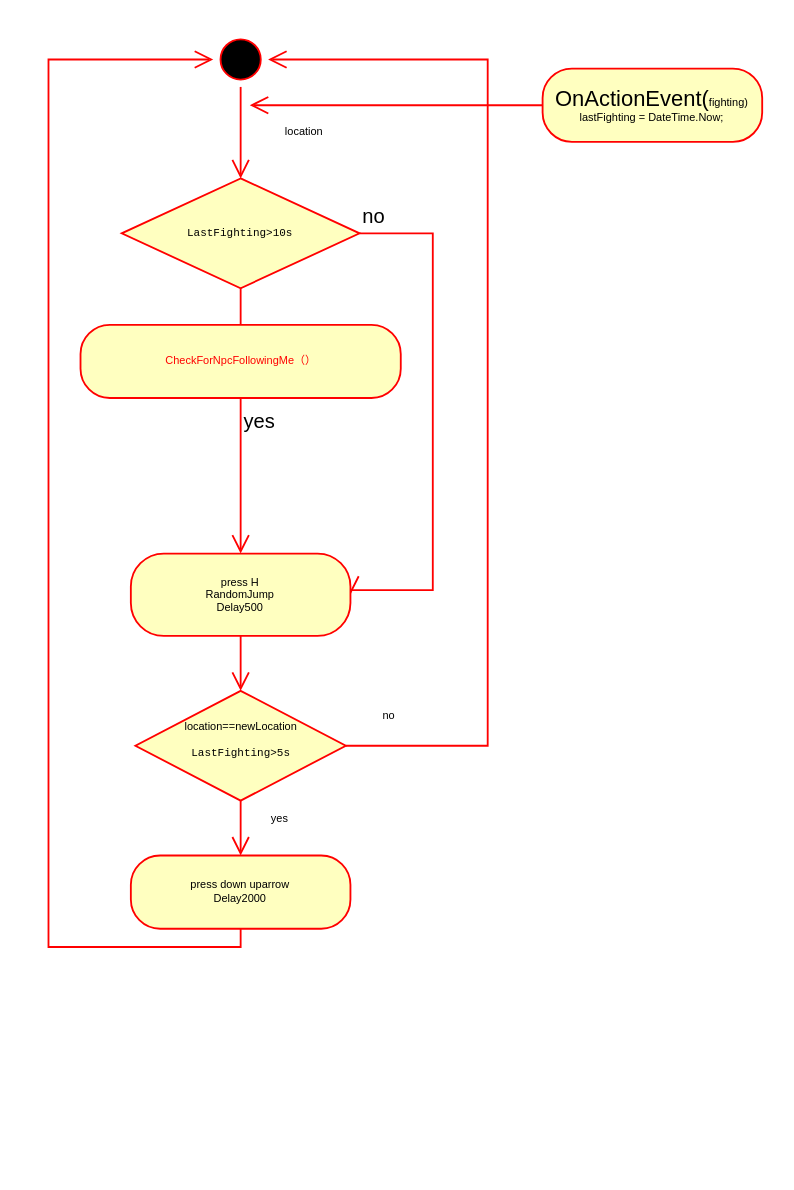
This is ApproachTargetAction.drawio from YannieCheung/botgrams, a draw.io file, before an edit. Source tidied: cells renumbered, new cells numbered last; positions are measured from the earlier drawing's top-left corner, leaving out a move shared by most shapes. Both pictures are drawn from the tidied source at 183%, with x=0, y=0 at pixel (48, 31).
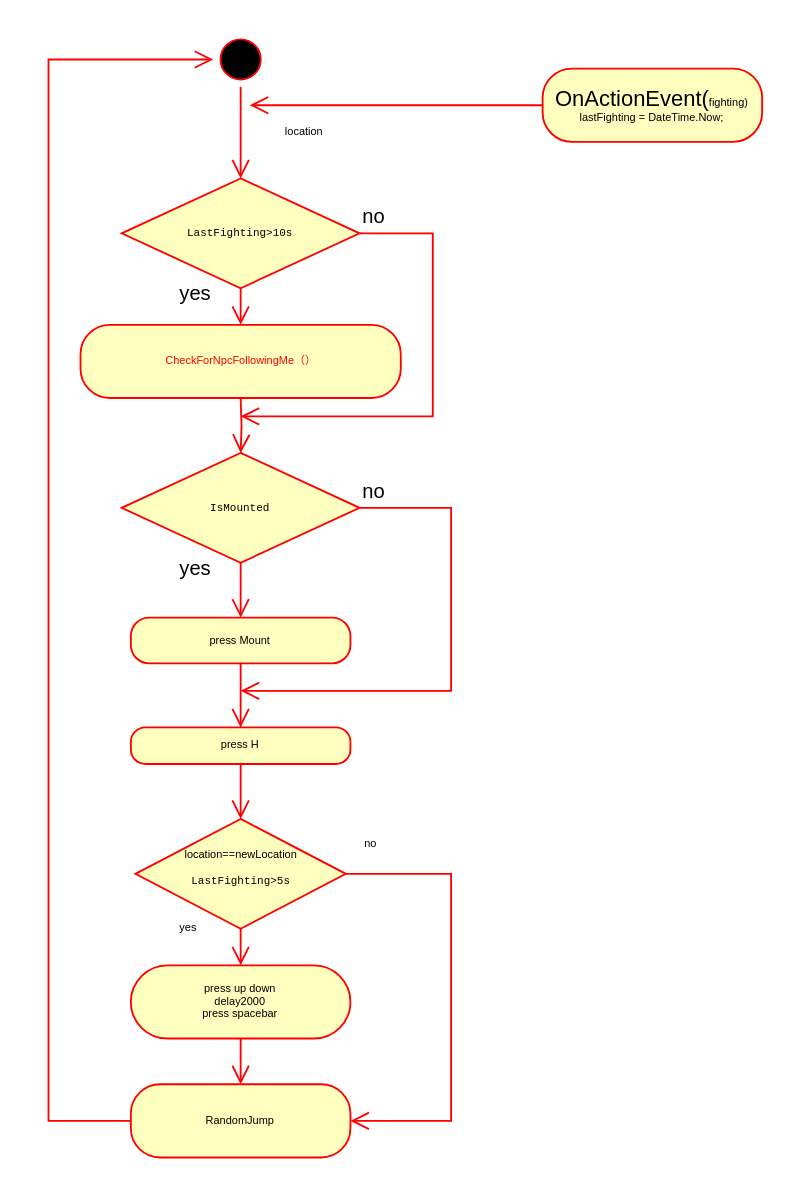
After the change.

The change refers to these unchanged cells:
```xml
<mxCell id="2" style="ellipse;html=1;shape=startState;fillColor=#000000;strokeColor=#ff0000;" parent="1" vertex="1">
  <mxGeometry x="90" width="30" height="30" as="geometry" />
</mxCell>
<mxCell id="4" value="&lt;pre style=&quot;font-size: 6px;&quot;&gt;&lt;font style=&quot;font-size: 6px;&quot;&gt;LastFighting&amp;gt;10s&lt;/font&gt;&lt;/pre&gt;" style="rhombus;whiteSpace=wrap;html=1;fillColor=#ffffc0;strokeColor=#ff0000;fontSize=6;fontFamily=Helvetica;fontStyle=0;" parent="1" vertex="1">
  <mxGeometry x="40" y="80" width="130" height="60" as="geometry" />
</mxCell>
<mxCell id="16" value="&lt;font color=&quot;#ff0000&quot;&gt;CheckForNpcFollowingMe（）&lt;/font&gt;" style="rounded=1;whiteSpace=wrap;html=1;arcSize=40;fontColor=#000000;fillColor=#ffffc0;strokeColor=#ff0000;fontFamily=Helvetica;fontSize=6;" parent="1" vertex="1">
  <mxGeometry x="17.5" y="160" width="175" height="40" as="geometry" />
</mxCell>
```

What changed in the source:
```diff
@@
-    <mxCell id="5" value="no" style="edgeStyle=orthogonalEdgeStyle;html=1;align=left;verticalAlign=bottom;endArrow=open;endSize=8;strokeColor=#ff0000;rounded=0;entryX=1;entryY=0.5;entryDx=0;entryDy=0;" parent="1" edge="1" source="4" target="8">
+    <mxCell id="5" value="no" style="edgeStyle=orthogonalEdgeStyle;html=1;align=left;verticalAlign=bottom;endArrow=open;endSize=8;strokeColor=#ff0000;rounded=0;" parent="1" edge="1" source="4">
       <mxGeometry x="-1" relative="1" as="geometry">
+        <mxPoint x="105" y="210" as="targetPoint" />
         <Array as="points">
           <mxPoint x="210" y="110" />
-          <mxPoint x="210" y="305" />
-          <mxPoint x="165" y="305" />
+          <mxPoint x="210" y="210" />
         </Array>
       </mxGeometry>
     </mxCell>
-    <mxCell id="6" value="yes" style="edgeStyle=orthogonalEdgeStyle;html=1;align=left;verticalAlign=top;endArrow=open;endSize=8;strokeColor=#ff0000;rounded=0;startArrow=none;" parent="1" edge="1" source="16">
-      <mxGeometry x="-1" relative="1" as="geometry">
-        <mxPoint x="105" y="190" as="targetPoint" />
-        <Array as="points">
-          <mxPoint x="105" y="170" />
-          <mxPoint x="105" y="170" />
-        </Array>
+    <mxCell id="6" value="yes" style="edgeStyle=orthogonalEdgeStyle;html=1;align=left;verticalAlign=top;endArrow=open;endSize=8;strokeColor=#ff0000;rounded=0;startArrow=none;exitX=0.5;exitY=1;exitDx=0;exitDy=0;entryX=0.5;entryY=0;entryDx=0;entryDy=0;" parent="1" edge="1" source="4" target="16">
+      <mxGeometry x="-1" y="-36" relative="1" as="geometry">
+        <mxPoint x="1" y="-10" as="offset" />
       </mxGeometry>
     </mxCell>
-    <mxCell id="7" style="edgeStyle=orthogonalEdgeStyle;html=1;verticalAlign=bottom;endArrow=open;endSize=8;strokeColor=#ff0000;rounded=0;fontFamily=Helvetica;fontSize=6;entryX=0.5;entryY=0;entryDx=0;entryDy=0;" parent="1" edge="1" source="16" target="8">
+    <mxCell id="7" style="edgeStyle=orthogonalEdgeStyle;html=1;verticalAlign=bottom;endArrow=open;endSize=8;strokeColor=#ff0000;rounded=0;fontFamily=Helvetica;fontSize=6;entryX=0.5;entryY=0;entryDx=0;entryDy=0;exitX=0.5;exitY=1;exitDx=0;exitDy=0;startArrow=none;" parent="1" edge="1" source="20" target="20">
       <mxGeometry relative="1" as="geometry" />
     </mxCell>
-    <mxCell id="8" value="press H&lt;br&gt;&lt;span style=&quot;font-size: 6px;&quot;&gt;RandomJump&lt;br&gt;Delay500&lt;/span&gt;" style="rounded=1;whiteSpace=wrap;html=1;arcSize=40;fontColor=#000000;fillColor=#ffffc0;strokeColor=#ff0000;fontFamily=Helvetica;fontSize=6;" parent="1" vertex="1">
-      <mxGeometry x="45" y="285" width="120" height="45" as="geometry" />
+    <mxCell id="8" value="press H" style="rounded=1;whiteSpace=wrap;html=1;arcSize=40;fontColor=#000000;fillColor=#ffffc0;strokeColor=#ff0000;fontFamily=Helvetica;fontSize=6;" parent="1" vertex="1">
+      <mxGeometry x="45" y="380" width="120" height="20" as="geometry" />
     </mxCell>
-    <mxCell id="9" style="edgeStyle=orthogonalEdgeStyle;html=1;verticalAlign=bottom;endArrow=open;endSize=8;strokeColor=#ff0000;rounded=0;fontFamily=Helvetica;fontSize=6;" parent="1" edge="1" source="8">
-      <mxGeometry relative="1" as="geometry">
-        <mxPoint x="105" y="360" as="targetPoint" />
-      </mxGeometry>
+    <mxCell id="9" style="edgeStyle=orthogonalEdgeStyle;html=1;verticalAlign=bottom;endArrow=open;endSize=8;strokeColor=#ff0000;rounded=0;fontFamily=Helvetica;fontSize=6;entryX=0.5;entryY=0;entryDx=0;entryDy=0;" parent="1" edge="1" source="8" target="11">
+      <mxGeometry relative="1" as="geometry" />
     </mxCell>
@@
     <mxCell id="11" value="location==newLocation&lt;br&gt;&lt;pre&gt;LastFighting&amp;gt;5s&lt;/pre&gt;" style="rhombus;whiteSpace=wrap;html=1;fillColor=#ffffc0;strokeColor=#ff0000;fontFamily=Helvetica;fontSize=6;" parent="1" vertex="1">
-      <mxGeometry x="47.5" y="360" width="115" height="60" as="geometry" />
+      <mxGeometry x="47.5" y="430" width="115" height="60" as="geometry" />
     </mxCell>
-    <mxCell id="12" value="no" style="edgeStyle=orthogonalEdgeStyle;html=1;align=left;verticalAlign=bottom;endArrow=open;endSize=8;strokeColor=#ff0000;rounded=0;fontFamily=Helvetica;fontSize=6;" parent="1" edge="1" source="11" target="2">
+    <mxCell id="12" value="no" style="edgeStyle=orthogonalEdgeStyle;html=1;align=left;verticalAlign=bottom;endArrow=open;endSize=8;strokeColor=#ff0000;rounded=0;fontFamily=Helvetica;fontSize=6;exitX=1;exitY=0.5;exitDx=0;exitDy=0;entryX=1;entryY=0.5;entryDx=0;entryDy=0;" parent="1" edge="1" source="11" target="25">
       <mxGeometry x="-0.94" y="10" relative="1" as="geometry">
         <Array as="points">
-          <mxPoint x="240" y="390" />
-          <mxPoint x="240" y="15" />
+          <mxPoint x="220" y="460" />
+          <mxPoint x="220" y="595" />
         </Array>
         <mxPoint x="1" as="offset" />
       </mxGeometry>
     </mxCell>
     <mxCell id="13" value="yes" style="edgeStyle=orthogonalEdgeStyle;html=1;align=left;verticalAlign=top;endArrow=open;endSize=8;strokeColor=#ff0000;rounded=0;fontFamily=Helvetica;fontSize=6;startArrow=none;exitX=0.5;exitY=1;exitDx=0;exitDy=0;entryX=0.5;entryY=0;entryDx=0;entryDy=0;" parent="1" edge="1" source="11" target="14">
-      <mxGeometry x="-1" y="15" relative="1" as="geometry" />
+      <mxGeometry x="-1" y="-36" relative="1" as="geometry">
+        <mxPoint x="1" y="-10" as="offset" />
+      </mxGeometry>
     </mxCell>
-    <mxCell id="14" value="press down uparrow&lt;br&gt;Delay2000" style="rounded=1;whiteSpace=wrap;html=1;arcSize=40;fontColor=#000000;fillColor=#ffffc0;strokeColor=#ff0000;fontFamily=Helvetica;fontSize=6;" parent="1" vertex="1">
-      <mxGeometry x="45" y="450" width="120" height="40" as="geometry" />
+    <mxCell id="14" value="press up down&lt;br&gt;delay2000&lt;br&gt;press spacebar" style="rounded=1;whiteSpace=wrap;html=1;arcSize=50;fontColor=#000000;fillColor=#ffffc0;strokeColor=#ff0000;fontFamily=Helvetica;fontSize=6;" parent="1" vertex="1">
+      <mxGeometry x="45" y="510" width="120" height="40" as="geometry" />
     </mxCell>
-    <mxCell id="15" style="edgeStyle=orthogonalEdgeStyle;html=1;verticalAlign=bottom;endArrow=open;endSize=8;strokeColor=#ff0000;rounded=0;fontFamily=Helvetica;fontSize=6;exitX=0.5;exitY=1;exitDx=0;exitDy=0;entryX=0;entryY=0.5;entryDx=0;entryDy=0;" parent="1" edge="1" source="14" target="2">
+    <mxCell id="15" style="edgeStyle=orthogonalEdgeStyle;html=1;verticalAlign=bottom;endArrow=open;endSize=8;strokeColor=#ff0000;rounded=0;fontFamily=Helvetica;fontSize=6;entryX=0;entryY=0.5;entryDx=0;entryDy=0;exitX=0;exitY=0.5;exitDx=0;exitDy=0;" parent="1" edge="1" source="25" target="2">
       <mxGeometry relative="1" as="geometry">
         <Array as="points">
-          <mxPoint x="105" y="500" />
-          <mxPoint y="500" />
+          <mxPoint y="595" />
           <mxPoint y="15" />
         </Array>
       </mxGeometry>
     </mxCell>
@@
-    <mxCell id="17" style="edgeStyle=orthogonalEdgeStyle;html=1;align=left;verticalAlign=top;endArrow=none;endSize=8;strokeColor=#ff0000;rounded=0;" parent="1" edge="1" source="4" target="16">
-      <mxGeometry x="-1" relative="1" as="geometry" />
-    </mxCell>
@@
+    <mxCell id="20" value="&lt;pre style=&quot;font-size: 6px;&quot;&gt;&lt;font style=&quot;font-size: 6px;&quot;&gt;IsMounted&lt;/font&gt;&lt;/pre&gt;" style="rhombus;whiteSpace=wrap;html=1;fillColor=#ffffc0;strokeColor=#ff0000;fontSize=6;fontFamily=Helvetica;fontStyle=0;" parent="1" vertex="1">
+      <mxGeometry x="40" y="230" width="130" height="60" as="geometry" />
+    </mxCell>
+    <mxCell id="21" style="edgeStyle=orthogonalEdgeStyle;html=1;verticalAlign=bottom;endArrow=open;endSize=8;strokeColor=#ff0000;rounded=0;entryX=0.5;entryY=0;entryDx=0;entryDy=0;" parent="1" edge="1" target="20">
+      <mxGeometry relative="1" as="geometry">
+        <mxPoint x="105" y="200" as="sourcePoint" />
+      </mxGeometry>
+    </mxCell>
+    <mxCell id="22" value="press Mount" style="rounded=1;whiteSpace=wrap;html=1;arcSize=40;fontColor=#000000;fillColor=#ffffc0;strokeColor=#ff0000;fontFamily=Helvetica;fontSize=6;" parent="1" vertex="1">
+      <mxGeometry x="45" y="320" width="120" height="25" as="geometry" />
+    </mxCell>
+    <mxCell id="23" value="yes" style="edgeStyle=orthogonalEdgeStyle;html=1;align=left;verticalAlign=top;endArrow=open;endSize=8;strokeColor=#ff0000;rounded=0;startArrow=none;exitX=0.5;exitY=1;exitDx=0;exitDy=0;entryX=0.5;entryY=0;entryDx=0;entryDy=0;" parent="1" edge="1" source="20" target="22">
+      <mxGeometry x="-1" y="-36" relative="1" as="geometry">
+        <mxPoint x="1" y="-10" as="offset" />
+      </mxGeometry>
+    </mxCell>
+    <mxCell id="24" value="no" style="edgeStyle=orthogonalEdgeStyle;html=1;align=left;verticalAlign=bottom;endArrow=open;endSize=8;strokeColor=#ff0000;rounded=0;exitX=1;exitY=0.5;exitDx=0;exitDy=0;" parent="1" edge="1" source="20">
+      <mxGeometry x="-1" relative="1" as="geometry">
+        <mxPoint x="105" y="360" as="targetPoint" />
+        <Array as="points">
+          <mxPoint x="220" y="260" />
+          <mxPoint x="220" y="360" />
+        </Array>
+      </mxGeometry>
+    </mxCell>
+    <mxCell id="25" value="RandomJump" style="rounded=1;whiteSpace=wrap;html=1;arcSize=40;fontColor=#000000;fillColor=#ffffc0;strokeColor=#ff0000;fontFamily=Helvetica;fontSize=6;" parent="1" vertex="1">
+      <mxGeometry x="45" y="575" width="120" height="40" as="geometry" />
+    </mxCell>
+    <mxCell id="26" style="edgeStyle=orthogonalEdgeStyle;html=1;verticalAlign=bottom;endArrow=open;endSize=8;strokeColor=#ff0000;rounded=0;entryX=0.5;entryY=0;entryDx=0;entryDy=0;exitX=0.5;exitY=1;exitDx=0;exitDy=0;" parent="1" edge="1" source="22" target="8">
+      <mxGeometry relative="1" as="geometry" />
+    </mxCell>
+    <mxCell id="27" style="edgeStyle=orthogonalEdgeStyle;html=1;verticalAlign=bottom;endArrow=open;endSize=8;strokeColor=#ff0000;rounded=0;fontFamily=Helvetica;fontSize=6;entryX=0.5;entryY=0;entryDx=0;entryDy=0;exitX=0.5;exitY=1;exitDx=0;exitDy=0;" parent="1" edge="1" source="14" target="25">
+      <mxGeometry relative="1" as="geometry" />
+    </mxCell>
```
